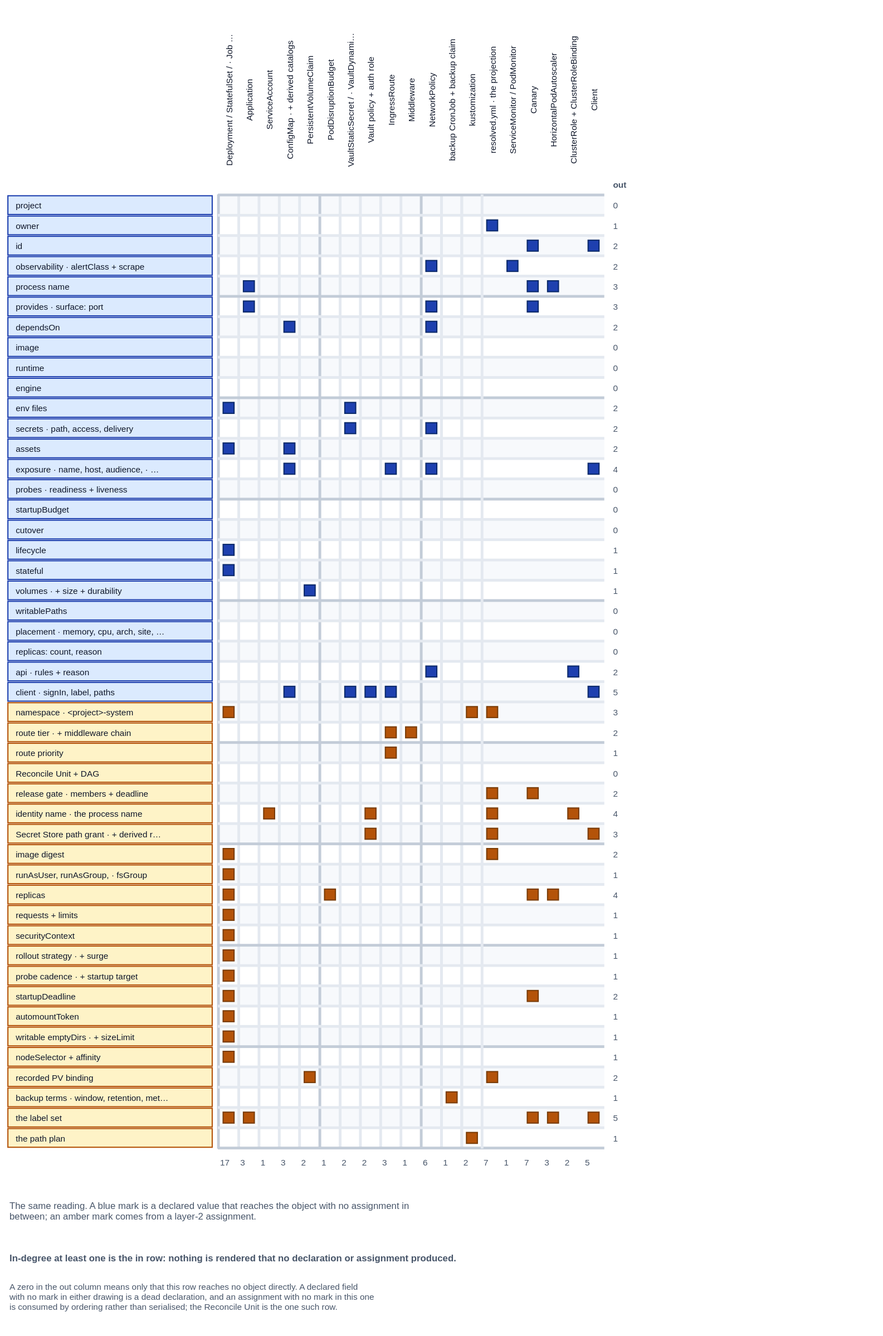
The draw.io diagram spec/v1/diagrams/16-derivation-map-deliverables.drawio.svg in JorisJonkers-dev/deploy-kit, before a commit. Source tidied: cells renumbered, new cells last; positions are measured from the earlier drawing's top-left corner, leaving out a move shared by most shapes.
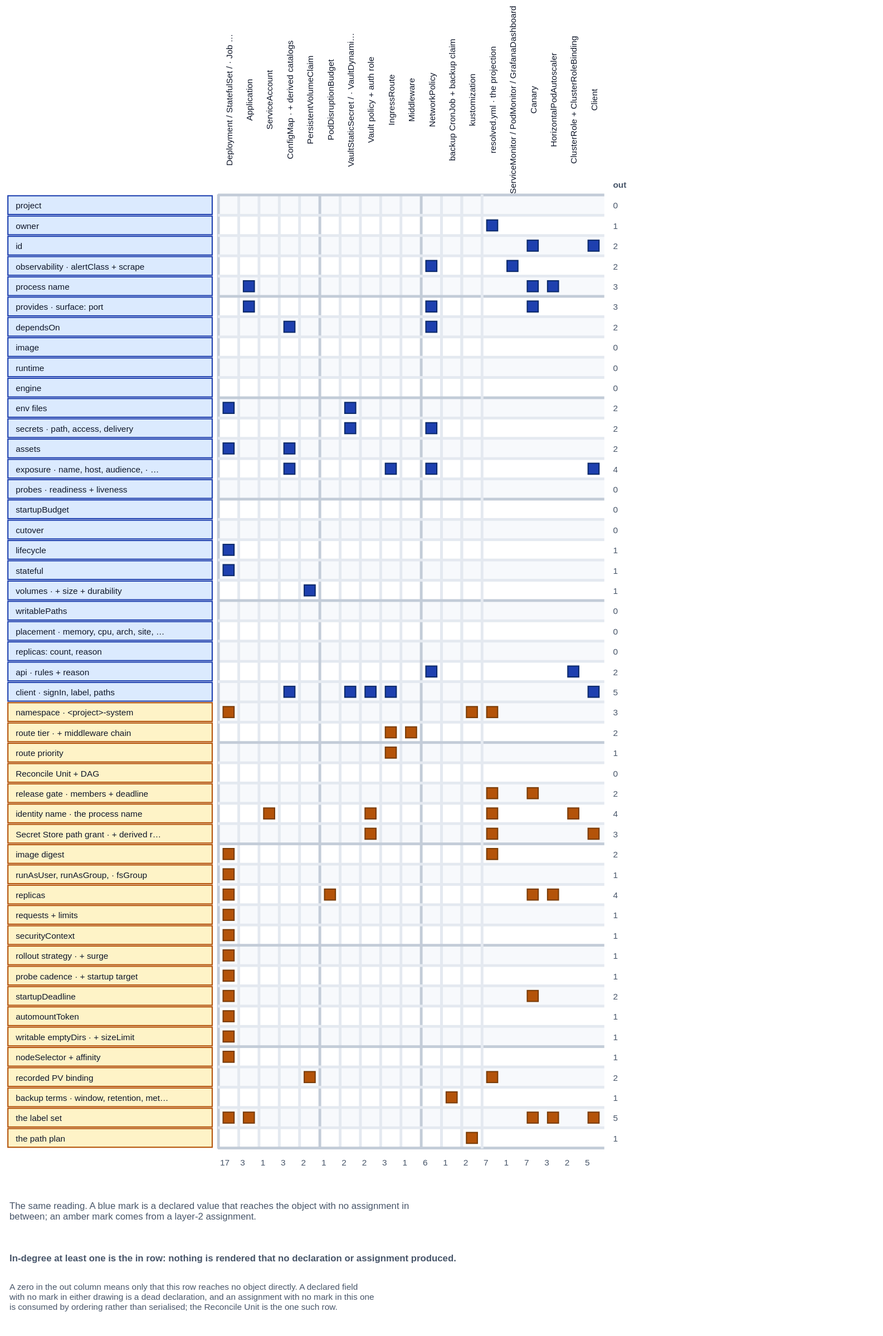
Above is the later version.

The edit, as a diff of the source:
```diff
@@ -842,7 +842,7 @@
     <mxCell id="281" value="A zero in the out column means only that this row reaches no object directly. A declared field&#10;with no mark in either drawing is a dead declaration, and an assignment with no mark in this one&#10;is consumed by ordering rather than serialised; the Reconcile Unit is the one such row." style="text;html=0;strokeColor=none;fillColor=none;align=left;verticalAlign=middle;fontFamily=Helvetica;fontSize=11;fontColor=#475569;" parent="1" vertex="1">
       <mxGeometry y="1622" width="1100" height="60" as="geometry" />
     </mxCell>
-    <mxCell id="282" value="ServiceMonitor / PodMonitor" style="horizontal=0;rounded=0;whiteSpace=nowrap;html=0;align=center;verticalAlign=middle;fillColor=none;strokeColor=none;strokeWidth=1.5;fontFamily=Helvetica;fontSize=11;fontColor=#0f172a;" parent="1" vertex="1">
+    <mxCell id="282" value="ServiceMonitor / PodMonitor / GrafanaDashboard" style="horizontal=0;rounded=0;whiteSpace=nowrap;html=0;align=center;verticalAlign=middle;fillColor=none;strokeColor=none;strokeWidth=1.5;fontFamily=Helvetica;fontSize=11;fontColor=#0f172a;" parent="1" vertex="1">
       <mxGeometry x="634" width="26" height="236" as="geometry" />
     </mxCell>
     <mxCell id="283" style="rounded=0;whiteSpace=nowrap;html=0;align=center;verticalAlign=middle;fillColor=#1e40af;strokeColor=#0b2a6b;strokeWidth=1.5;fontFamily=Helvetica;fontSize=12;fontColor=#0f172a;" parent="1" vertex="1">
```
